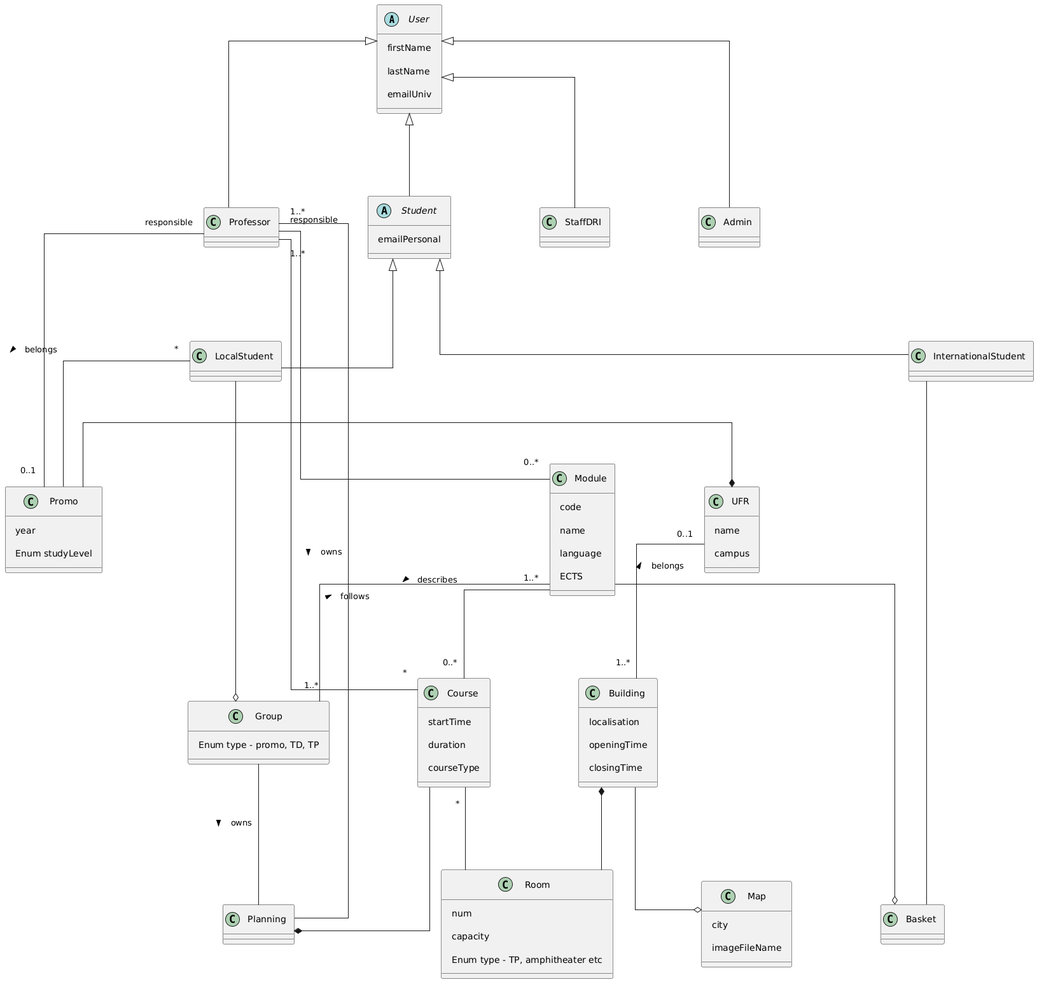
Above: diagrams/ClassesDiagramCompetitiveVersion.png in JoshuaDixon23/Hyperplanning (PlantUML), before the change.
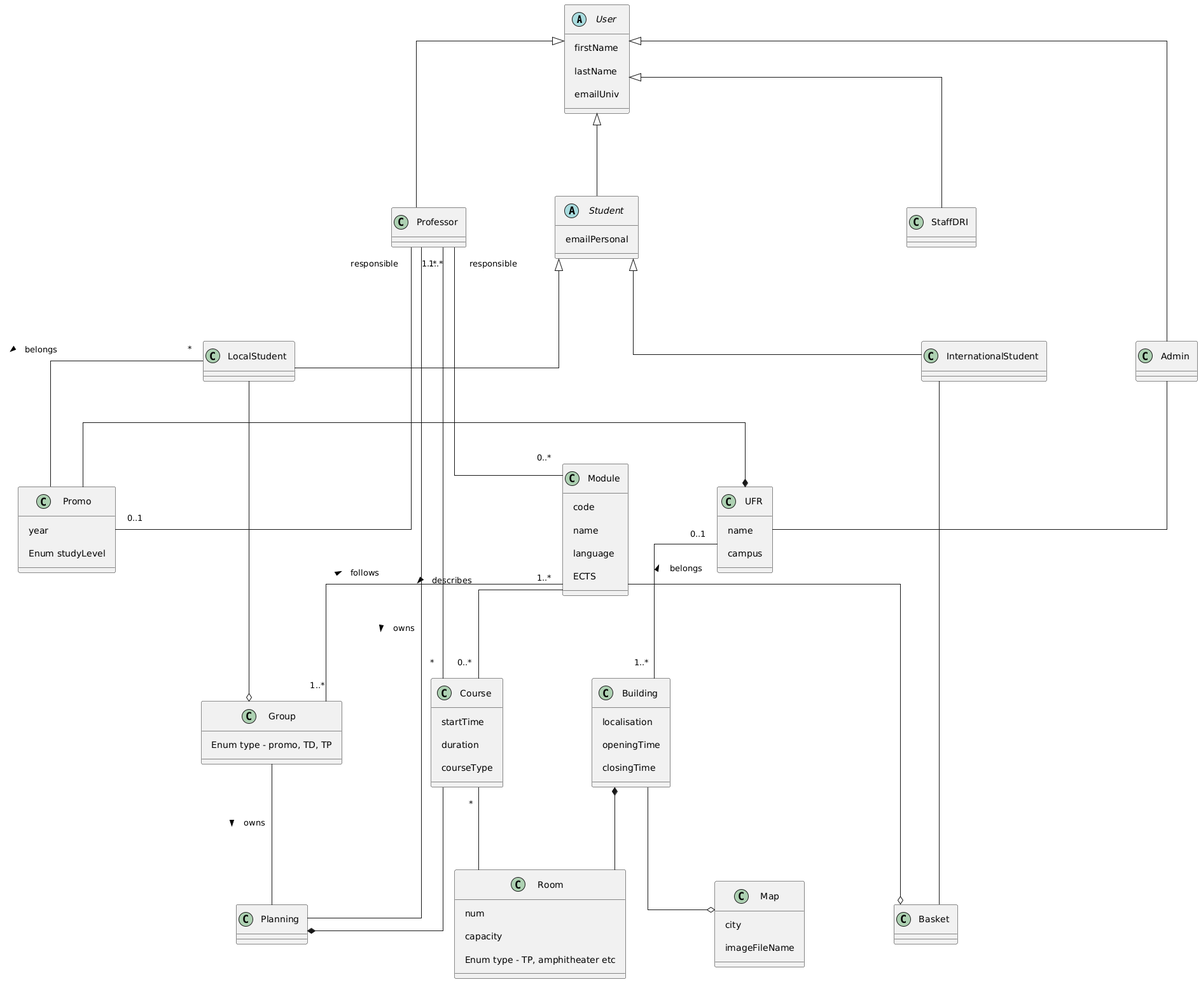
After the change.

Commit message:
feat : Add of connexion between UFR and Admin in class diagram

What changed in the source:
```diff
@@ -134,4 +134,6 @@
 
 Basket o-u- Module
 Basket -l- InternationalStudent
+
+UFR -u- Admin
 @enduml
```
